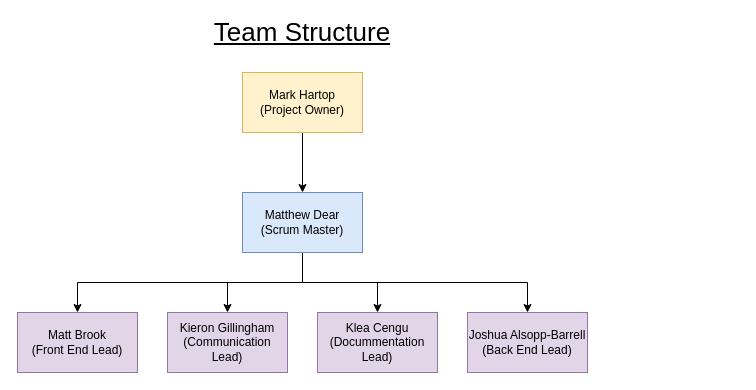
Above: Team Structure Diagram/Team Structure.drawio in mattdear/temperature-transmitter (draw.io), before the change. Source tidied: cells renumbered, new cells numbered last; positions are measured from the earlier drawing's top-left corner, leaving out a move shared by most shapes. Both pictures are drawn from the tidied source at 100%, with x=0, y=0 at pixel (17, 22).
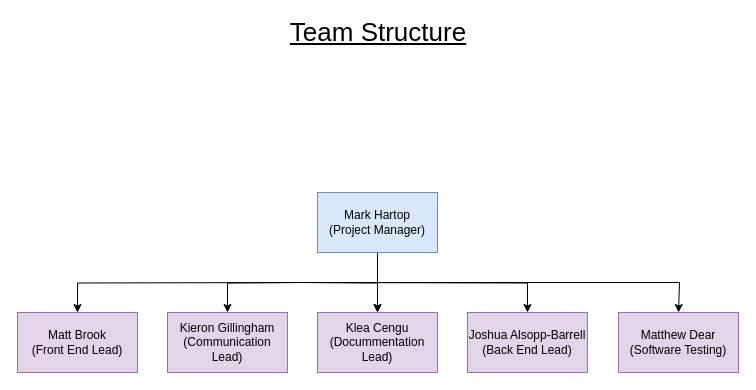
The same diagram, later.

Commit message (it also covers changes not shown here):
docs[team structure]: major update to structure complete

The edit, as a diff of the source:
```diff
@@
 <mxGraphModel>
   <root>
     <mxCell id="0" />
     <mxCell id="1" parent="0" />
-    <mxCell id="2" style="edgeStyle=orthogonalEdgeStyle;rounded=0;jettySize=auto;html=1;exitX=0.5;exitY=1;exitDx=0;exitDy=0;entryX=0.5;entryY=0;entryDx=0;entryDy=0;" parent="1" edge="1" source="3" target="8">
-      <mxGeometry relative="1" as="geometry" />
-    </mxCell>
-    <mxCell id="3" value="Mark Hartop&lt;br&gt;(Project Owner)" style="rounded=0;whiteSpace=wrap;html=1;fillColor=#fff2cc;strokeColor=#d6b656;" parent="1" vertex="1">
-      <mxGeometry x="225" y="50" width="120" height="60" as="geometry" />
+    <mxCell id="3" value="Matthew Dear&lt;br&gt;(Software Testing)" style="rounded=0;whiteSpace=wrap;html=1;fillColor=#e1d5e7;strokeColor=#9673a6;" parent="1" vertex="1">
+      <mxGeometry x="601" y="290" width="120" height="60" as="geometry" />
     </mxCell>
-    <mxCell id="4" style="edgeStyle=orthogonalEdgeStyle;rounded=0;jettySize=auto;html=1;exitX=0.5;exitY=1;exitDx=0;exitDy=0;entryX=0.5;entryY=0;entryDx=0;entryDy=0;" parent="1" edge="1" source="8" target="10">
-      <mxGeometry relative="1" as="geometry" />
+    <mxCell id="4" style="edgeStyle=orthogonalEdgeStyle;rounded=0;jettySize=auto;html=1;exitX=0.5;exitY=1;exitDx=0;exitDy=0;entryX=0.5;entryY=0;entryDx=0;entryDy=0;" parent="1" edge="1" target="10">
+      <mxGeometry relative="1" as="geometry">
+        <mxPoint x="285.5" y="260" as="sourcePoint" />
+      </mxGeometry>
     </mxCell>
-    <mxCell id="5" style="edgeStyle=orthogonalEdgeStyle;rounded=0;jettySize=auto;html=1;exitX=0.5;exitY=1;exitDx=0;exitDy=0;entryX=0.5;entryY=0;entryDx=0;entryDy=0;" parent="1" edge="1" source="8" target="11">
-      <mxGeometry relative="1" as="geometry" />
+    <mxCell id="5" style="edgeStyle=orthogonalEdgeStyle;rounded=0;jettySize=auto;html=1;exitX=0.5;exitY=1;exitDx=0;exitDy=0;entryX=0.5;entryY=0;entryDx=0;entryDy=0;" parent="1" edge="1" target="11">
+      <mxGeometry relative="1" as="geometry">
+        <mxPoint x="285.5" y="260" as="sourcePoint" />
+      </mxGeometry>
     </mxCell>
-    <mxCell id="6" style="edgeStyle=orthogonalEdgeStyle;rounded=0;jettySize=auto;html=1;exitX=0.5;exitY=1;exitDx=0;exitDy=0;entryX=0.5;entryY=0;entryDx=0;entryDy=0;" parent="1" edge="1" source="8" target="12">
-      <mxGeometry relative="1" as="geometry" />
+    <mxCell id="6" style="edgeStyle=orthogonalEdgeStyle;rounded=0;jettySize=auto;html=1;exitX=0.5;exitY=1;exitDx=0;exitDy=0;entryX=0.5;entryY=0;entryDx=0;entryDy=0;" parent="1" edge="1" target="12">
+      <mxGeometry relative="1" as="geometry">
+        <mxPoint x="285.5" y="260" as="sourcePoint" />
+      </mxGeometry>
     </mxCell>
-    <mxCell id="7" style="edgeStyle=orthogonalEdgeStyle;rounded=0;jettySize=auto;html=1;exitX=0.5;exitY=1;exitDx=0;exitDy=0;entryX=0.5;entryY=0;entryDx=0;entryDy=0;" parent="1" edge="1" source="8" target="9">
-      <mxGeometry relative="1" as="geometry" />
+    <mxCell id="7" style="edgeStyle=orthogonalEdgeStyle;rounded=0;jettySize=auto;html=1;exitX=0.5;exitY=1;exitDx=0;exitDy=0;entryX=0.5;entryY=0;entryDx=0;entryDy=0;" parent="1" edge="1" target="9">
+      <mxGeometry relative="1" as="geometry">
+        <mxPoint x="285.5" y="260" as="sourcePoint" />
+      </mxGeometry>
     </mxCell>
+    <mxCell id="14" style="edgeStyle=orthogonalEdgeStyle;rounded=0;jettySize=auto;html=1;exitX=0.5;exitY=1;exitDx=0;exitDy=0;entryX=0.5;entryY=0;entryDx=0;entryDy=0;" parent="1" edge="1" target="3">
+      <mxGeometry relative="1" as="geometry">
+        <mxPoint x="285.5" y="260" as="sourcePoint" />
+        <Array as="points">
+          <mxPoint x="662" y="260" />
+        </Array>
+      </mxGeometry>
+    </mxCell>
+    <mxCell id="15" style="edgeStyle=orthogonalEdgeStyle;rounded=0;jettySize=auto;html=1;exitX=0.5;exitY=1;exitDx=0;exitDy=0;entryX=0.5;entryY=0;entryDx=0;entryDy=0;" parent="1" edge="1" source="8" target="11">
+      <mxGeometry relative="1" as="geometry" />
+    </mxCell>
-    <mxCell id="8" value="Matthew Dear&lt;br&gt;(Scrum Master)" style="rounded=0;whiteSpace=wrap;html=1;fillColor=#dae8fc;strokeColor=#6c8ebf;" parent="1" vertex="1">
-      <mxGeometry x="225" y="170" width="120" height="60" as="geometry" />
+    <mxCell id="8" value="Mark Hartop&lt;br&gt;(Project Manager)" style="rounded=0;whiteSpace=wrap;html=1;fillColor=#dae8fc;strokeColor=#6c8ebf;" parent="1" vertex="1">
+      <mxGeometry x="300" y="170" width="120" height="60" as="geometry" />
     </mxCell>
     <mxCell id="9" value="Matt Brook&lt;br&gt;(Front End Lead)" style="rounded=0;whiteSpace=wrap;html=1;fillColor=#e1d5e7;strokeColor=#9673a6;" parent="1" vertex="1">
       <mxGeometry y="290" width="120" height="60" as="geometry" />
     </mxCell>
     <mxCell id="10" value="Kieron Gillingham&lt;br&gt;(Communication Lead)" style="rounded=0;whiteSpace=wrap;html=1;fillColor=#e1d5e7;strokeColor=#9673a6;" parent="1" vertex="1">
       <mxGeometry x="150" y="290" width="120" height="60" as="geometry" />
     </mxCell>
     <mxCell id="11" value="Klea Cengu&lt;br&gt;(Docummentation Lead)" style="rounded=0;whiteSpace=wrap;html=1;fillColor=#e1d5e7;strokeColor=#9673a6;" parent="1" vertex="1">
       <mxGeometry x="300" y="290" width="120" height="60" as="geometry" />
     </mxCell>
     <mxCell id="12" value="Joshua Alsopp-Barrell&lt;br&gt;(Back End Lead)" style="rounded=0;whiteSpace=wrap;html=1;fillColor=#e1d5e7;strokeColor=#9673a6;" parent="1" vertex="1">
       <mxGeometry x="450" y="290" width="120" height="60" as="geometry" />
     </mxCell>
     <mxCell id="13" value="&lt;font style=&quot;font-size: 26px&quot;&gt;&lt;u&gt;Team Structure&lt;/u&gt;&lt;/font&gt;" style="text;html=1;strokeColor=none;fillColor=none;align=center;verticalAlign=middle;whiteSpace=wrap;rounded=0;" parent="1" vertex="1">
-      <mxGeometry x="183" width="204" height="20" as="geometry" />
+      <mxGeometry x="259" width="204" height="20" as="geometry" />
     </mxCell>
   </root>
 </mxGraphModel>
```
